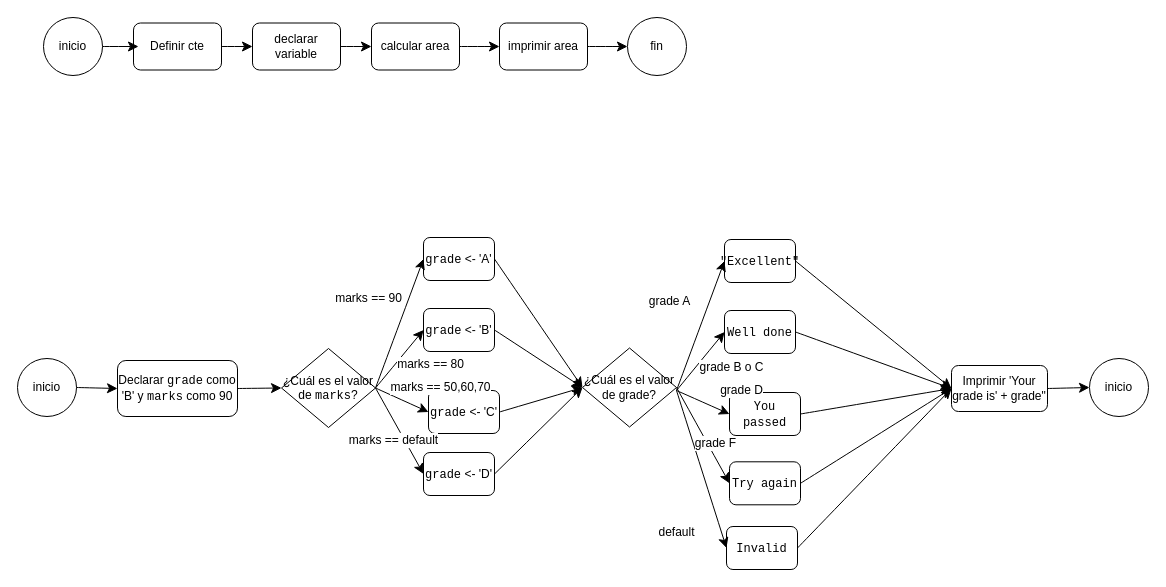
cmarina2019/SDistribuidos keeps this draw.io diagram as page "Página-1" (1 of 2) of p1/Practica1SD.drawio. Above is the earlier version. Source tidied: cells renumbered, new cells numbered last; positions are measured from the earlier drawing's top-left corner, leaving out a move shared by most shapes. Both pictures are drawn from the tidied source at 100%, with x=0, y=0 at pixel (17, 17).
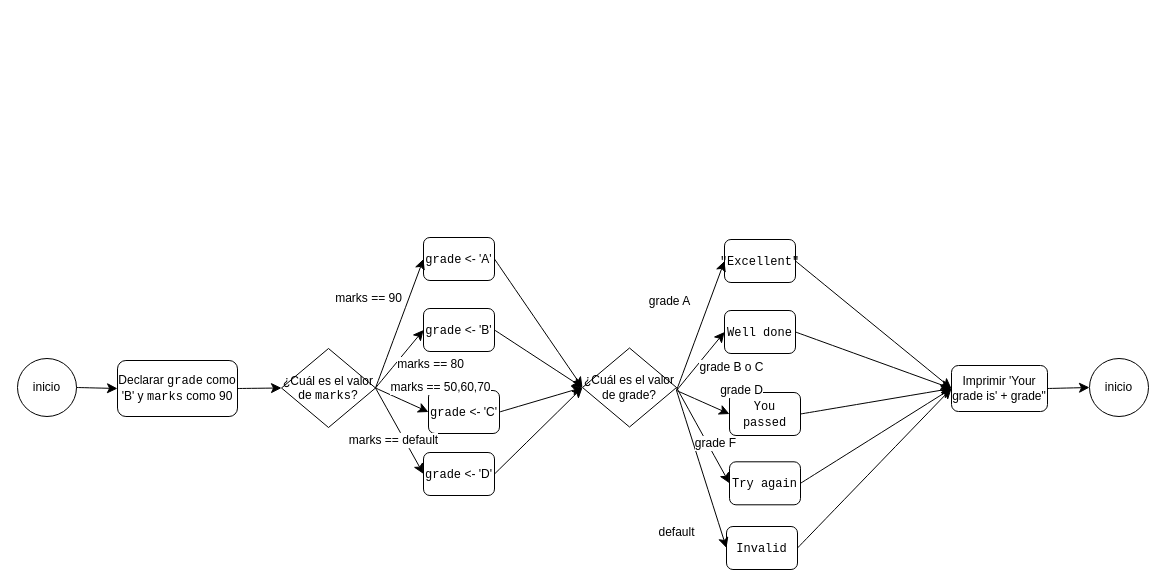
After the change.

The edit, as a diff of the source:
```diff
@@
-    <mxCell id="2" value="inicio" style="ellipse;whiteSpace=wrap;html=1;" parent="1" vertex="1">
-      <mxGeometry x="26" width="59" height="58" as="geometry" />
-    </mxCell>
-    <mxCell id="3" value="&lt;div&gt;Definir cte&lt;/div&gt;" style="rounded=1;whiteSpace=wrap;html=1;" parent="1" vertex="1">
-      <mxGeometry x="116" y="5.5" width="88" height="47" as="geometry" />
-    </mxCell>
-    <mxCell id="4" value="declarar variable" style="rounded=1;whiteSpace=wrap;html=1;" parent="1" vertex="1">
-      <mxGeometry x="235" y="5.5" width="88" height="47" as="geometry" />
-    </mxCell>
-    <mxCell id="5" value="calcular area" style="rounded=1;whiteSpace=wrap;html=1;" parent="1" vertex="1">
-      <mxGeometry x="354" y="5.5" width="88" height="47" as="geometry" />
-    </mxCell>
-    <mxCell id="6" value="&lt;div&gt;imprimir area&lt;/div&gt;" style="rounded=1;whiteSpace=wrap;html=1;" parent="1" vertex="1">
-      <mxGeometry x="482" y="5.5" width="88" height="47" as="geometry" />
-    </mxCell>
-    <mxCell id="7" value="&lt;div&gt;fin&lt;/div&gt;" style="ellipse;whiteSpace=wrap;html=1;" parent="1" vertex="1">
-      <mxGeometry x="610" width="59" height="58" as="geometry" />
-    </mxCell>
-    <mxCell id="8" style="endArrow=classic;html=1;rounded=0;fontSize=12;startSize=8;endSize=8;curved=1;exitX=1;exitY=0.5;exitDx=0;exitDy=0;" parent="1" edge="1" source="2">
-      <mxGeometry relative="1" as="geometry">
-        <mxPoint x="121" y="29" as="targetPoint" />
-      </mxGeometry>
-    </mxCell>
-    <mxCell id="9" style="endArrow=classic;html=1;rounded=0;fontSize=12;startSize=8;endSize=8;curved=1;exitX=1;exitY=0.5;exitDx=0;exitDy=0;entryX=0;entryY=0.5;entryDx=0;entryDy=0;" parent="1" edge="1" source="3" target="4">
-      <mxGeometry relative="1" as="geometry" />
-    </mxCell>
-    <mxCell id="10" style="endArrow=classic;html=1;rounded=0;fontSize=12;startSize=8;endSize=8;curved=1;exitX=1;exitY=0.5;exitDx=0;exitDy=0;" parent="1" edge="1" source="4">
-      <mxGeometry relative="1" as="geometry">
-        <mxPoint x="354" y="29" as="targetPoint" />
-      </mxGeometry>
-    </mxCell>
-    <mxCell id="11" style="endArrow=classic;html=1;rounded=0;fontSize=12;startSize=8;endSize=8;curved=1;entryX=0;entryY=0.5;entryDx=0;entryDy=0;exitX=1;exitY=0.5;exitDx=0;exitDy=0;" parent="1" edge="1" source="5" target="6">
-      <mxGeometry relative="1" as="geometry" />
-    </mxCell>
-    <mxCell id="12" style="endArrow=classic;html=1;rounded=0;fontSize=12;startSize=8;endSize=8;curved=1;entryX=0;entryY=0.5;entryDx=0;entryDy=0;exitX=1;exitY=0.5;exitDx=0;exitDy=0;" parent="1" edge="1" source="6" target="7">
-      <mxGeometry relative="1" as="geometry" />
-    </mxCell>
```
